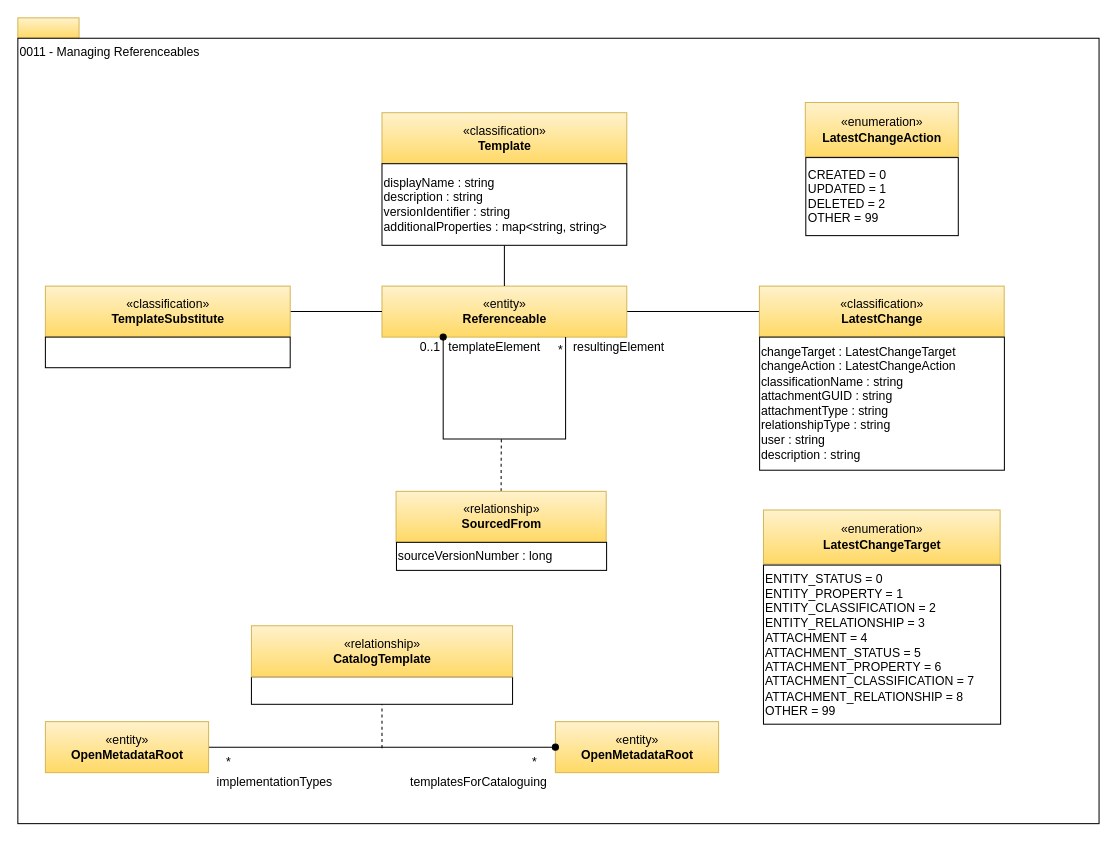
Above: page "0011-Managing-Referenceables" (4 of 32) of site/docs/types/0/area-0-basic-types-and-infrastructure.drawio in odpi/egeria-docs (draw.io), before the change. Source tidied: cells renumbered, new cells numbered last; positions are measured from the earlier drawing's top-left corner, leaving out a move shared by most shapes. Both pictures are drawn from the tidied source at 102%, with x=0, y=0 at pixel (17, 17).
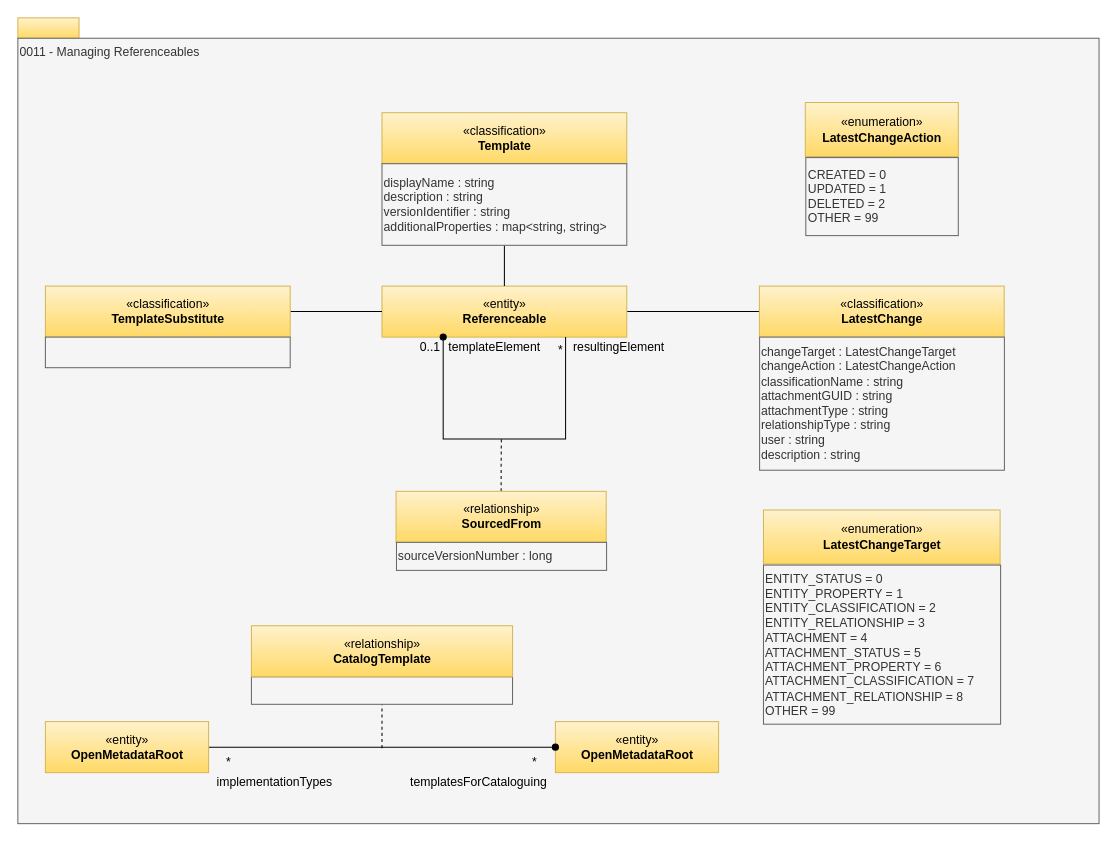
The same page after the edit.

Diff of the diagram source:
```diff
@@
-    <mxCell id="3" value="0011 - Managing Referenceables" style="rounded=0;whiteSpace=wrap;html=1;align=left;verticalAlign=top;" parent="1" vertex="1">
+    <mxCell id="3" value="0011 - Managing Referenceables" style="rounded=0;whiteSpace=wrap;html=1;align=left;verticalAlign=top;fillColor=#f5f5f5;fontColor=#333333;strokeColor=#666666;" parent="1" vertex="1">
       <mxGeometry y="20" width="1060" height="770" as="geometry" />
     </mxCell>
@@
-    <mxCell id="6" value="changeTarget : LatestChangeTarget&lt;br&gt;changeAction : LatestChangeAction&lt;br&gt;classificationName : string&lt;br&gt;attachmentGUID : string&lt;br&gt;attachmentType : string&lt;br&gt;relationshipType : string&lt;br&gt;user : string&lt;br&gt;description : string&lt;br&gt;&lt;div style=&quot;text-align: left&quot;&gt;&lt;/div&gt;" style="rounded=0;whiteSpace=wrap;html=1;strokeColor=#000000;gradientColor=#ffffff;align=left;" parent="1" vertex="1">
+    <mxCell id="6" value="changeTarget : LatestChangeTarget&lt;br&gt;changeAction : LatestChangeAction&lt;br&gt;classificationName : string&lt;br&gt;attachmentGUID : string&lt;br&gt;attachmentType : string&lt;br&gt;relationshipType : string&lt;br&gt;user : string&lt;br&gt;description : string&lt;br&gt;&lt;div style=&quot;text-align: left&quot;&gt;&lt;/div&gt;" style="rounded=0;whiteSpace=wrap;html=1;strokeColor=#666666;align=left;fillColor=#f5f5f5;fontColor=#333333;" parent="1" vertex="1">
       <mxGeometry x="727.2" y="313" width="240" height="130.5" as="geometry" />
     </mxCell>
@@
-    <mxCell id="8" value="ENTITY_STATUS = 0&lt;br&gt;ENTITY_PROPERTY = 1&lt;br&gt;ENTITY_CLASSIFICATION = 2&lt;br&gt;ENTITY_RELATIONSHIP = 3&lt;br&gt;ATTACHMENT = 4&lt;br&gt;ATTACHMENT_STATUS = 5&lt;br&gt;ATTACHMENT_PROPERTY = 6&lt;br&gt;ATTACHMENT_CLASSIFICATION = 7&lt;br&gt;ATTACHMENT_RELATIONSHIP = 8&lt;br&gt;OTHER = 99" style="rounded=0;whiteSpace=wrap;html=1;strokeColor=#000000;gradientColor=#ffffff;align=left;" parent="1" vertex="1">
+    <mxCell id="8" value="ENTITY_STATUS = 0&lt;br&gt;ENTITY_PROPERTY = 1&lt;br&gt;ENTITY_CLASSIFICATION = 2&lt;br&gt;ENTITY_RELATIONSHIP = 3&lt;br&gt;ATTACHMENT = 4&lt;br&gt;ATTACHMENT_STATUS = 5&lt;br&gt;ATTACHMENT_PROPERTY = 6&lt;br&gt;ATTACHMENT_CLASSIFICATION = 7&lt;br&gt;ATTACHMENT_RELATIONSHIP = 8&lt;br&gt;OTHER = 99" style="rounded=0;whiteSpace=wrap;html=1;strokeColor=#666666;align=left;fillColor=#f5f5f5;fontColor=#333333;" parent="1" vertex="1">
       <mxGeometry x="731" y="536.5" width="232.5" height="156" as="geometry" />
     </mxCell>
@@
-    <mxCell id="10" value="CREATED = 0&lt;br&gt;UPDATED = 1&lt;br&gt;DELETED = 2&lt;br&gt;OTHER = 99" style="rounded=0;whiteSpace=wrap;html=1;strokeColor=#000000;gradientColor=#ffffff;align=left;" parent="1" vertex="1">
+    <mxCell id="10" value="CREATED = 0&lt;br&gt;UPDATED = 1&lt;br&gt;DELETED = 2&lt;br&gt;OTHER = 99" style="rounded=0;whiteSpace=wrap;html=1;strokeColor=#666666;align=left;fillColor=#f5f5f5;fontColor=#333333;" parent="1" vertex="1">
       <mxGeometry x="772.5" y="137" width="149.5" height="76.5" as="geometry" />
     </mxCell>
@@
-    <mxCell id="13" value="sourceVersionNumber : long" style="rounded=0;whiteSpace=wrap;html=1;strokeColor=#000000;gradientColor=#ffffff;align=left;" parent="1" vertex="1">
+    <mxCell id="13" value="sourceVersionNumber : long" style="rounded=0;whiteSpace=wrap;html=1;strokeColor=#666666;align=left;fillColor=#f5f5f5;fontColor=#333333;" parent="1" vertex="1">
       <mxGeometry x="371.2" y="514.2" width="206" height="27.5" as="geometry" />
     </mxCell>
@@
-    <mxCell id="21" value="displayName : string&lt;br&gt;description : string&lt;br&gt;versionIdentifier : string&lt;br&gt;additionalProperties : map&amp;lt;string, string&amp;gt;&lt;br&gt;&lt;div style=&quot;text-align: left&quot;&gt;&lt;/div&gt;" style="rounded=0;whiteSpace=wrap;html=1;strokeColor=#000000;gradientColor=#ffffff;align=left;" parent="1" vertex="1">
+    <mxCell id="21" value="displayName : string&lt;br&gt;description : string&lt;br&gt;versionIdentifier : string&lt;br&gt;additionalProperties : map&amp;lt;string, string&amp;gt;&lt;br&gt;&lt;div style=&quot;text-align: left&quot;&gt;&lt;/div&gt;" style="rounded=0;whiteSpace=wrap;html=1;strokeColor=#666666;align=left;fillColor=#f5f5f5;fontColor=#333333;" parent="1" vertex="1">
       <mxGeometry x="357" y="143" width="240" height="80" as="geometry" />
     </mxCell>
@@
-    <mxCell id="25" value="&lt;br&gt;&lt;div style=&quot;text-align: left&quot;&gt;&lt;/div&gt;" style="rounded=0;whiteSpace=wrap;html=1;strokeColor=#000000;gradientColor=#ffffff;align=left;" parent="1" vertex="1">
+    <mxCell id="25" value="&lt;br&gt;&lt;div style=&quot;text-align: left&quot;&gt;&lt;/div&gt;" style="rounded=0;whiteSpace=wrap;html=1;strokeColor=#666666;align=left;fillColor=#f5f5f5;fontColor=#333333;" parent="1" vertex="1">
       <mxGeometry x="27" y="313" width="240" height="30" as="geometry" />
     </mxCell>
@@
-    <mxCell id="33" style="rounded=0;whiteSpace=wrap;html=1;strokeColor=#000000;gradientColor=#ffffff;align=left;" parent="1" vertex="1">
+    <mxCell id="33" style="rounded=0;whiteSpace=wrap;html=1;strokeColor=#666666;align=left;fillColor=#f5f5f5;fontColor=#333333;" parent="1" vertex="1">
       <mxGeometry x="229" y="646" width="256" height="27" as="geometry" />
     </mxCell>
```
